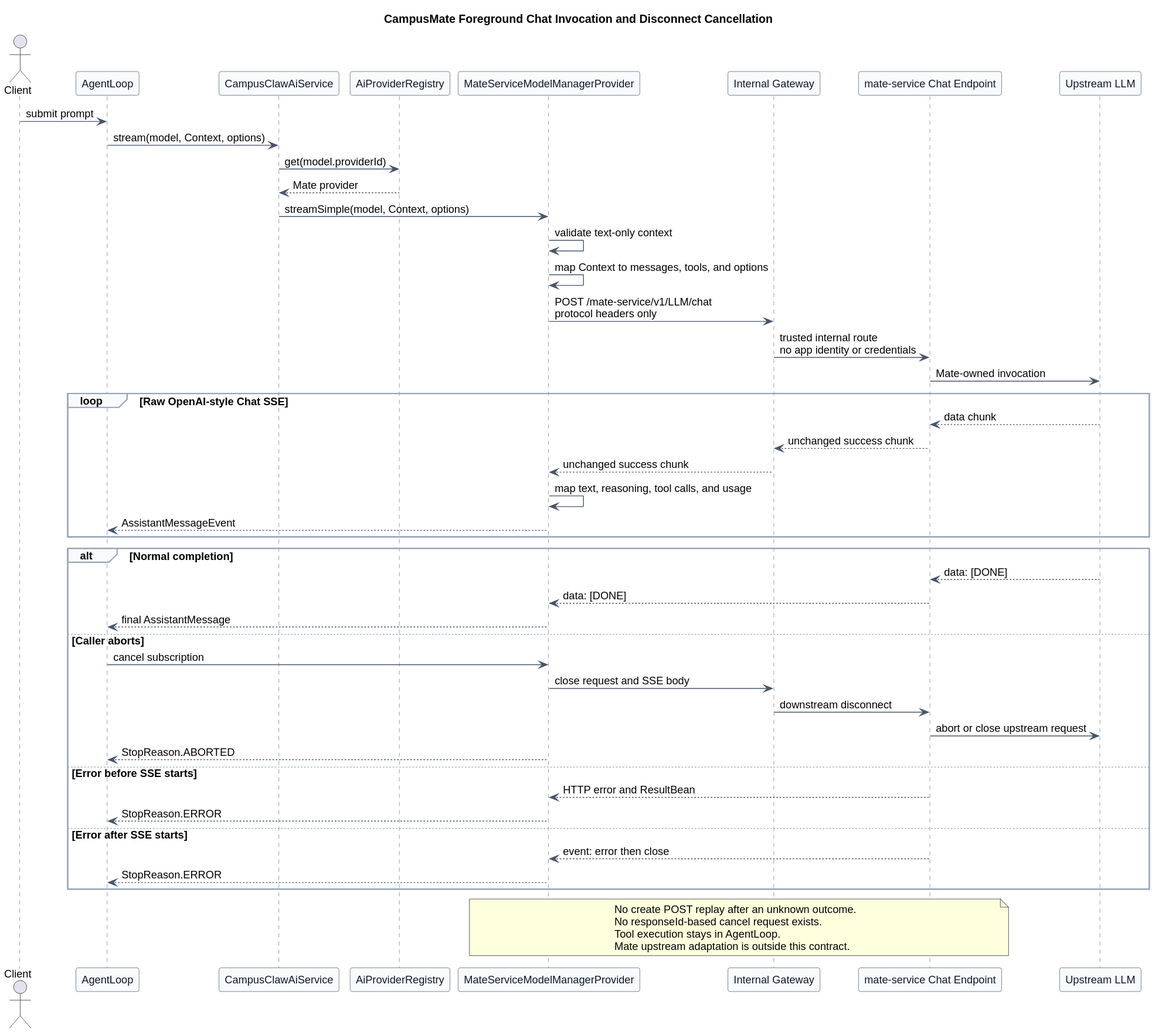
Above: 02-服务与接口/03-模型管理Provider契约/model_manager_invocation_sequence.svg in ssm0808/pi-mono-java-design (PlantUML), before the change.
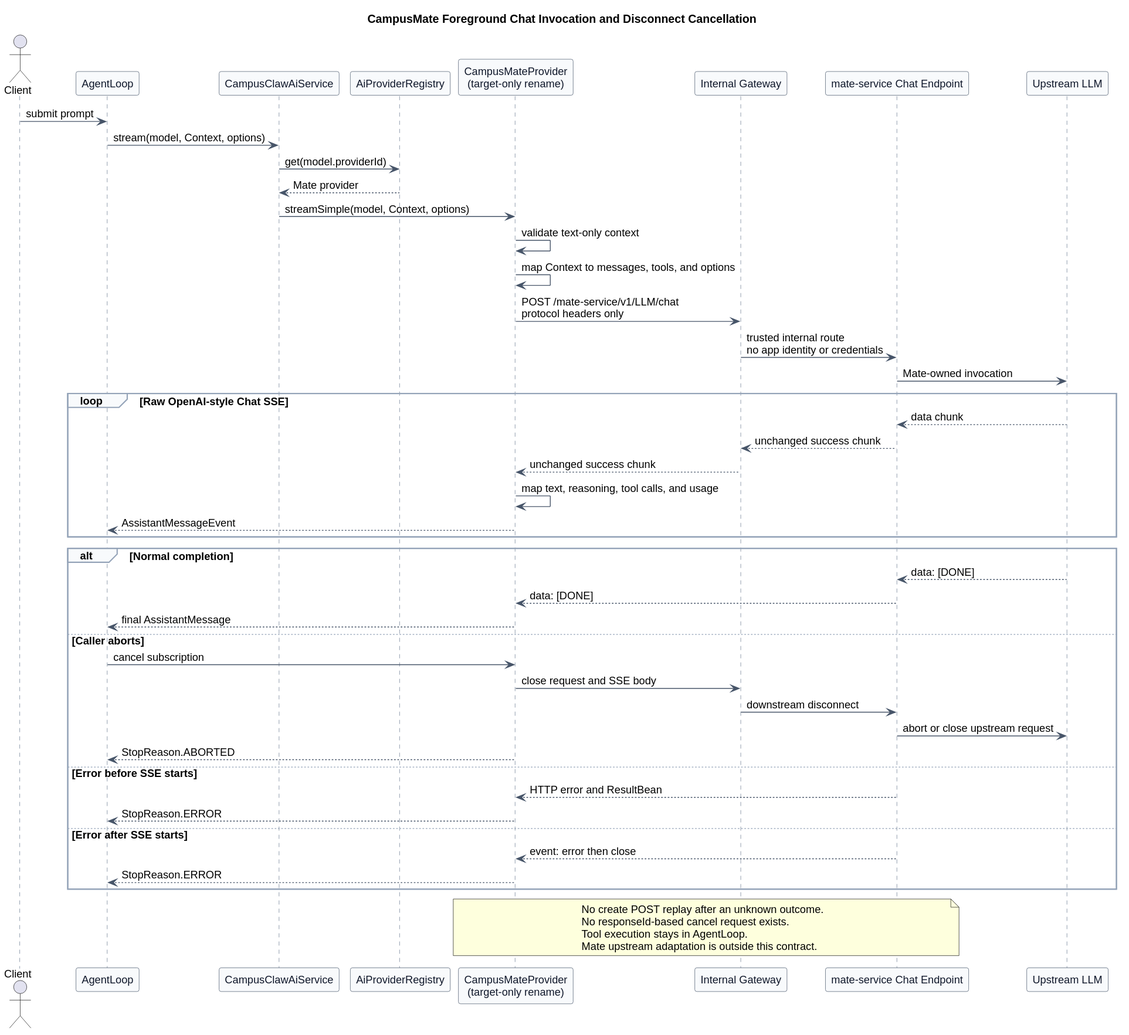
The same file after the commit.

What changed in the source:
```diff
@@ -23,7 +23,7 @@
 participant "AgentLoop" as Loop
 participant "CampusClawAiService" as AiService
 participant "AiProviderRegistry" as Registry
-participant "MateServiceModelManagerProvider" as Provider
+participant "CampusMateProvider\n(target-only rename)" as Provider
 participant "Internal Gateway" as Gateway
 participant "mate-service Chat Endpoint" as Mate
 participant "Upstream LLM" as Upstream
```
